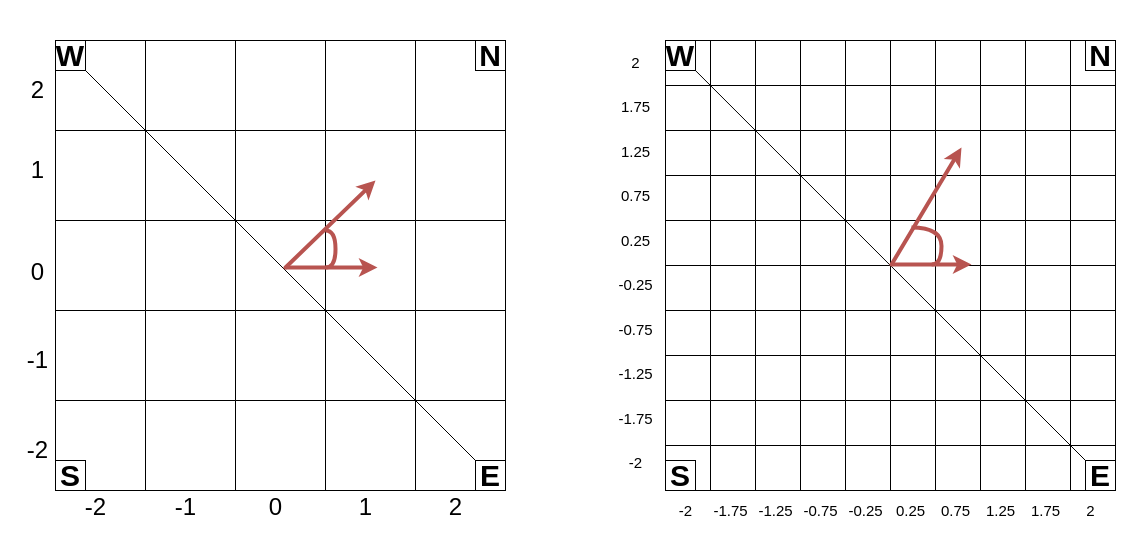
This is docs/2024-08-30_DRL_technical_meeting/img/polar-discretized-length.drawio from NiloufarRazmi/RL_Olfaction, a draw.io file, before an edit. Source tidied: cells renumbered, new cells numbered last; positions are measured from the earlier drawing's top-left corner, leaving out a move shared by most shapes. Both pictures are drawn from the tidied source at 100%, with x=0, y=0 at pixel (17, 17).
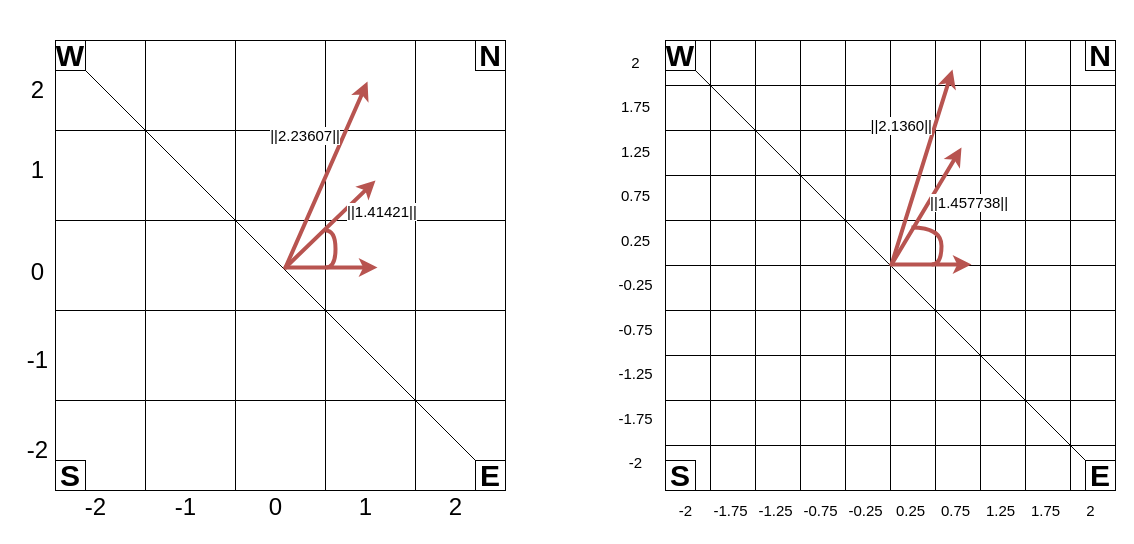
Above is the later version.

Commit message (it also covers changes not shown here):
slides: improve schema

The change refers to these unchanged cells:
```xml
<mxCell id="53" style="edgeStyle=none;orthogonalLoop=1;jettySize=auto;html=1;rounded=0;strokeWidth=4;fillColor=#f8cecc;strokeColor=#B85450;curved=0;linecap=round;" parent="51" edge="1">
  <mxGeometry relative="1" as="geometry">
    <mxPoint y="117" as="sourcePoint" />
    <mxPoint x="90" y="30" as="targetPoint" />
  </mxGeometry>
</mxCell>
<mxCell id="175" style="edgeStyle=none;orthogonalLoop=1;jettySize=auto;html=1;rounded=0;strokeWidth=4;fillColor=#f8cecc;strokeColor=#B85450;curved=0;linecap=round;" parent="173" edge="1">
  <mxGeometry relative="1" as="geometry">
    <mxPoint y="117" as="sourcePoint" />
    <mxPoint x="70" as="targetPoint" />
  </mxGeometry>
</mxCell>
```

Change to the diagram source:
```diff
@@
+    <mxCell id="196" value="&lt;font style=&quot;font-size: 15px;&quot;&gt;||1.41421||&lt;/font&gt;" style="edgeLabel;html=1;align=left;verticalAlign=middle;labelPosition=right;verticalLabelPosition=middle;" parent="53" vertex="1">
+      <mxGeometry x="0.31" y="-1" relative="1" as="geometry" />
+    </mxCell>
@@
+    <mxCell id="197" value="&lt;font style=&quot;font-size: 15px;&quot;&gt;||1.457738||&lt;/font&gt;" style="edgeLabel;html=1;align=left;verticalAlign=middle;labelPosition=right;verticalLabelPosition=middle;" parent="175" vertex="1">
+      <mxGeometry x="0.07" relative="1" as="geometry" />
+    </mxCell>
@@
+    <mxCell id="198" style="edgeStyle=none;orthogonalLoop=1;jettySize=auto;html=1;rounded=0;strokeWidth=4;fillColor=#f8cecc;strokeColor=#B85450;curved=0;linecap=round;" parent="1" edge="1">
+      <mxGeometry relative="1" as="geometry">
+        <mxPoint x="268" y="250" as="sourcePoint" />
+        <mxPoint x="350" y="64" as="targetPoint" />
+      </mxGeometry>
+    </mxCell>
+    <mxCell id="199" value="&lt;font style=&quot;font-size: 15px;&quot;&gt;||2.23607||&lt;/font&gt;" style="edgeLabel;html=1;align=right;verticalAlign=bottom;labelPosition=left;verticalLabelPosition=top;" parent="198" vertex="1">
+      <mxGeometry x="0.31" y="-1" relative="1" as="geometry" />
+    </mxCell>
+    <mxCell id="200" style="edgeStyle=none;orthogonalLoop=1;jettySize=auto;html=1;rounded=0;strokeWidth=4;fillColor=#f8cecc;strokeColor=#B85450;curved=0;linecap=round;" parent="1" edge="1">
+      <mxGeometry relative="1" as="geometry">
+        <mxPoint x="874" y="247" as="sourcePoint" />
+        <mxPoint x="935" y="52" as="targetPoint" />
+      </mxGeometry>
+    </mxCell>
+    <mxCell id="201" value="&lt;font style=&quot;font-size: 15px;&quot;&gt;||2.1360||&lt;/font&gt;" style="edgeLabel;html=1;align=right;verticalAlign=bottom;labelPosition=left;verticalLabelPosition=top;" parent="200" vertex="1">
+      <mxGeometry x="0.31" y="-1" relative="1" as="geometry" />
+    </mxCell>
```
